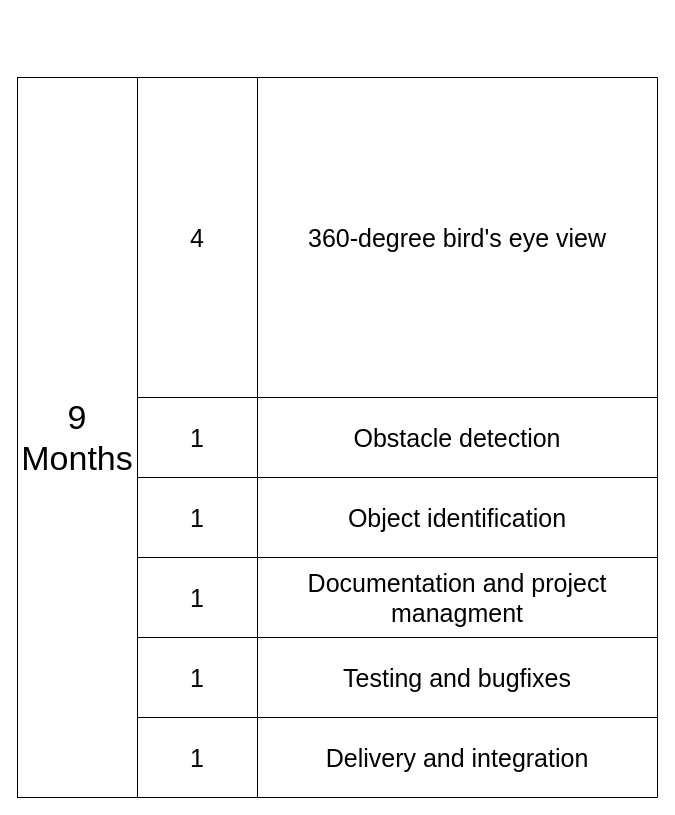
Earlier version of the draw.io diagram FugroPreProjectTimeEstimation.drawio (MathiasThoresenPaasche/draw_io). Source tidied: cells renumbered, new cells numbered last; positions are measured from the earlier drawing's top-left corner, leaving out a move shared by most shapes. Both pictures are drawn from the tidied source at 100%, with x=0, y=0 at pixel (17, 77).
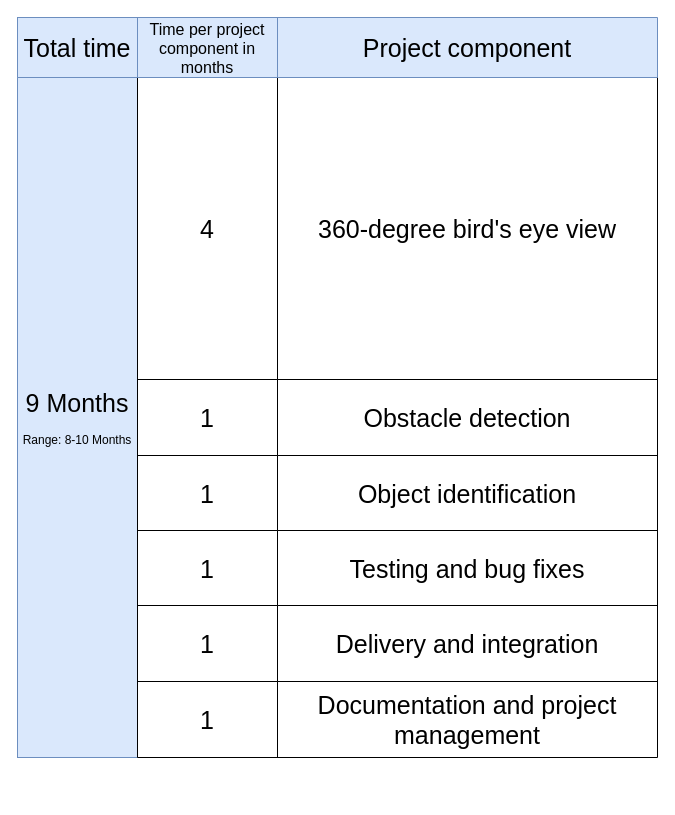
The same diagram, later.

The edit, as a diff of the source:
```diff
@@
-    <mxCell id="2" value="&lt;font style=&quot;font-size: 34px;&quot;&gt;9 Months&lt;br&gt;&lt;/font&gt;" style="rounded=0;whiteSpace=wrap;html=1;fillColor=none;" parent="1" vertex="1">
-      <mxGeometry width="120" height="720" as="geometry" />
+    <mxCell id="2" value="&lt;div&gt;&lt;font style=&quot;font-size: 25px;&quot;&gt;9 Months&lt;/font&gt;&lt;/div&gt;&lt;br&gt;Range: 8-10 Months" style="rounded=0;whiteSpace=wrap;html=1;fillColor=#dae8fc;strokeColor=#6c8ebf;" parent="1" vertex="1">
+      <mxGeometry width="120" height="680" as="geometry" />
     </mxCell>
     <mxCell id="3" style="shape=table;startSize=0;childLayout=tableLayout;fontSize=22;fillColor=none;" parent="1" vertex="1">
-      <mxGeometry x="120" width="520" height="720" as="geometry" />
+      <mxGeometry x="120" width="520" height="680" as="geometry" />
     </mxCell>
     <mxCell id="4" style="shape=tableRow;horizontal=0;startSize=0;swimlaneHead=0;swimlaneBody=0;strokeColor=inherit;top=0;left=0;bottom=0;right=0;fillColor=none;fontSize=16;" parent="3" vertex="1">
-      <mxGeometry width="520" height="320" as="geometry" />
+      <mxGeometry width="520" height="302" as="geometry" />
     </mxCell>
     <mxCell id="5" value="4" style="shape=partialRectangle;html=1;whiteSpace=wrap;strokeColor=inherit;overflow=hidden;fillColor=none;top=0;left=0;bottom=0;right=0;fontSize=25;" parent="4" vertex="1">
-      <mxGeometry width="120" height="320" as="geometry" />
+      <mxGeometry width="140" height="302" as="geometry" />
     </mxCell>
     <mxCell id="6" value="360-degree bird's eye view" style="shape=partialRectangle;html=1;whiteSpace=wrap;strokeColor=inherit;overflow=hidden;fillColor=none;top=0;left=0;bottom=0;right=0;fontSize=25;" parent="4" vertex="1">
-      <mxGeometry x="120" width="400" height="320" as="geometry" />
+      <mxGeometry x="140" width="380" height="302" as="geometry" />
     </mxCell>
     <mxCell id="7" style="shape=tableRow;horizontal=0;startSize=0;swimlaneHead=0;swimlaneBody=0;strokeColor=inherit;top=0;left=0;bottom=0;right=0;fillColor=none;fontSize=16;" parent="3" vertex="1">
-      <mxGeometry y="320" width="520" height="80" as="geometry" />
+      <mxGeometry y="302" width="520" height="76" as="geometry" />
     </mxCell>
     <mxCell id="8" value="1" style="shape=partialRectangle;html=1;whiteSpace=wrap;strokeColor=inherit;overflow=hidden;fillColor=none;top=0;left=0;bottom=0;right=0;fontSize=25;" parent="7" vertex="1">
-      <mxGeometry width="120" height="80" as="geometry" />
+      <mxGeometry width="140" height="76" as="geometry" />
     </mxCell>
     <mxCell id="9" value="Obstacle detection" style="shape=partialRectangle;html=1;whiteSpace=wrap;strokeColor=inherit;overflow=hidden;fillColor=none;top=0;left=0;bottom=0;right=0;fontSize=25;" parent="7" vertex="1">
-      <mxGeometry x="120" width="400" height="80" as="geometry" />
+      <mxGeometry x="140" width="380" height="76" as="geometry" />
     </mxCell>
     <mxCell id="10" style="shape=tableRow;horizontal=0;startSize=0;swimlaneHead=0;swimlaneBody=0;strokeColor=inherit;top=0;left=0;bottom=0;right=0;fillColor=none;fontSize=16;" parent="3" vertex="1">
-      <mxGeometry y="400" width="520" height="80" as="geometry" />
+      <mxGeometry y="378" width="520" height="75" as="geometry" />
     </mxCell>
     <mxCell id="11" value="1" style="shape=partialRectangle;html=1;whiteSpace=wrap;strokeColor=inherit;overflow=hidden;fillColor=none;top=0;left=0;bottom=0;right=0;fontSize=25;" parent="10" vertex="1">
-      <mxGeometry width="120" height="80" as="geometry" />
+      <mxGeometry width="140" height="75" as="geometry" />
     </mxCell>
     <mxCell id="12" value="Object identification" style="shape=partialRectangle;html=1;whiteSpace=wrap;strokeColor=inherit;overflow=hidden;fillColor=none;top=0;left=0;bottom=0;right=0;fontSize=25;" parent="10" vertex="1">
-      <mxGeometry x="120" width="400" height="80" as="geometry" />
+      <mxGeometry x="140" width="380" height="75" as="geometry" />
     </mxCell>
-    <mxCell id="13" style="shape=tableRow;horizontal=0;startSize=0;swimlaneHead=0;swimlaneBody=0;strokeColor=inherit;top=0;left=0;bottom=0;right=0;fillColor=none;fontSize=16;" parent="3" vertex="1">
-      <mxGeometry y="480" width="520" height="80" as="geometry" />
-    </mxCell>
-    <mxCell id="14" value="1" style="shape=partialRectangle;html=1;whiteSpace=wrap;strokeColor=inherit;overflow=hidden;fillColor=none;top=0;left=0;bottom=0;right=0;fontSize=25;" parent="13" vertex="1">
-      <mxGeometry width="120" height="80" as="geometry" />
-    </mxCell>
-    <mxCell id="15" value="Documentation and project managment" style="shape=partialRectangle;html=1;whiteSpace=wrap;strokeColor=inherit;overflow=hidden;fillColor=none;top=0;left=0;bottom=0;right=0;fontSize=25;" parent="13" vertex="1">
-      <mxGeometry x="120" width="400" height="80" as="geometry" />
-    </mxCell>
     <mxCell id="16" style="shape=tableRow;horizontal=0;startSize=0;swimlaneHead=0;swimlaneBody=0;strokeColor=inherit;top=0;left=0;bottom=0;right=0;fillColor=none;fontSize=16;" parent="3" vertex="1">
-      <mxGeometry y="560" width="520" height="80" as="geometry" />
+      <mxGeometry y="453" width="520" height="75" as="geometry" />
     </mxCell>
     <mxCell id="17" value="1" style="shape=partialRectangle;html=1;whiteSpace=wrap;strokeColor=inherit;overflow=hidden;fillColor=none;top=0;left=0;bottom=0;right=0;fontSize=25;" parent="16" vertex="1">
-      <mxGeometry width="120" height="80" as="geometry" />
+      <mxGeometry width="140" height="75" as="geometry" />
     </mxCell>
-    <mxCell id="18" value="Testing and bugfixes" style="shape=partialRectangle;html=1;whiteSpace=wrap;strokeColor=inherit;overflow=hidden;fillColor=none;top=0;left=0;bottom=0;right=0;fontSize=25;" parent="16" vertex="1">
-      <mxGeometry x="120" width="400" height="80" as="geometry" />
+    <mxCell id="18" value="Testing and bug fixes" style="shape=partialRectangle;html=1;whiteSpace=wrap;strokeColor=inherit;overflow=hidden;fillColor=none;top=0;left=0;bottom=0;right=0;fontSize=25;" parent="16" vertex="1">
+      <mxGeometry x="140" width="380" height="75" as="geometry" />
     </mxCell>
     <mxCell id="19" style="shape=tableRow;horizontal=0;startSize=0;swimlaneHead=0;swimlaneBody=0;strokeColor=inherit;top=0;left=0;bottom=0;right=0;fillColor=none;fontSize=16;" parent="3" vertex="1">
-      <mxGeometry y="640" width="520" height="80" as="geometry" />
+      <mxGeometry y="528" width="520" height="76" as="geometry" />
     </mxCell>
     <mxCell id="20" value="1" style="shape=partialRectangle;html=1;whiteSpace=wrap;strokeColor=inherit;overflow=hidden;fillColor=none;top=0;left=0;bottom=0;right=0;fontSize=25;" parent="19" vertex="1">
-      <mxGeometry width="120" height="80" as="geometry" />
+      <mxGeometry width="140" height="76" as="geometry" />
     </mxCell>
     <mxCell id="21" value="Delivery and integration" style="shape=partialRectangle;html=1;whiteSpace=wrap;strokeColor=inherit;overflow=hidden;fillColor=none;top=0;left=0;bottom=0;right=0;fontSize=25;" parent="19" vertex="1">
-      <mxGeometry x="120" width="400" height="80" as="geometry" />
+      <mxGeometry x="140" width="380" height="76" as="geometry" />
     </mxCell>
+    <mxCell id="13" style="shape=tableRow;horizontal=0;startSize=0;swimlaneHead=0;swimlaneBody=0;strokeColor=inherit;top=0;left=0;bottom=0;right=0;fillColor=none;fontSize=16;" parent="3" vertex="1">
+      <mxGeometry y="604" width="520" height="76" as="geometry" />
+    </mxCell>
+    <mxCell id="14" value="1" style="shape=partialRectangle;html=1;whiteSpace=wrap;strokeColor=inherit;overflow=hidden;fillColor=none;top=0;left=0;bottom=0;right=0;fontSize=25;" parent="13" vertex="1">
+      <mxGeometry width="140" height="76" as="geometry" />
+    </mxCell>
+    <mxCell id="15" value="Documentation and project management" style="shape=partialRectangle;html=1;whiteSpace=wrap;strokeColor=inherit;overflow=hidden;fillColor=none;top=0;left=0;bottom=0;right=0;fontSize=25;" parent="13" vertex="1">
+      <mxGeometry x="140" width="380" height="76" as="geometry" />
+    </mxCell>
+    <mxCell id="22" style="shape=table;startSize=0;childLayout=tableLayout;fontSize=16;fillColor=#dae8fc;labelBackgroundColor=none;strokeColor=#6c8ebf;" parent="1" vertex="1">
+      <mxGeometry y="-60" width="640" height="60" as="geometry" />
+    </mxCell>
+    <mxCell id="23" style="shape=tableRow;horizontal=0;startSize=0;swimlaneHead=0;swimlaneBody=0;strokeColor=inherit;top=0;left=0;bottom=0;right=0;fillColor=none;fontSize=16;" parent="22" vertex="1">
+      <mxGeometry width="640" height="60" as="geometry" />
+    </mxCell>
+    <mxCell id="24" value="&lt;div style=&quot;font-size: 25px;&quot;&gt;&lt;font style=&quot;font-size: 25px;&quot;&gt;Total time&lt;br&gt;&lt;/font&gt;&lt;/div&gt;" style="shape=partialRectangle;html=1;whiteSpace=wrap;strokeColor=inherit;overflow=hidden;fillColor=none;top=0;left=0;bottom=0;right=0;fontSize=16;" parent="23" vertex="1">
+      <mxGeometry width="120" height="60" as="geometry" />
+    </mxCell>
+    <mxCell id="25" value="Time per project component in months" style="shape=partialRectangle;html=1;whiteSpace=wrap;strokeColor=inherit;overflow=hidden;fillColor=none;top=0;left=0;bottom=0;right=0;fontSize=16;" parent="23" vertex="1">
+      <mxGeometry x="120" width="140" height="60" as="geometry" />
+    </mxCell>
+    <mxCell id="26" value="&lt;font style=&quot;font-size: 25px;&quot;&gt;Project component &lt;/font&gt;" style="shape=partialRectangle;html=1;whiteSpace=wrap;strokeColor=inherit;overflow=hidden;fillColor=none;top=0;left=0;bottom=0;right=0;fontSize=16;" parent="23" vertex="1">
+      <mxGeometry x="260" width="380" height="60" as="geometry" />
+    </mxCell>
```
